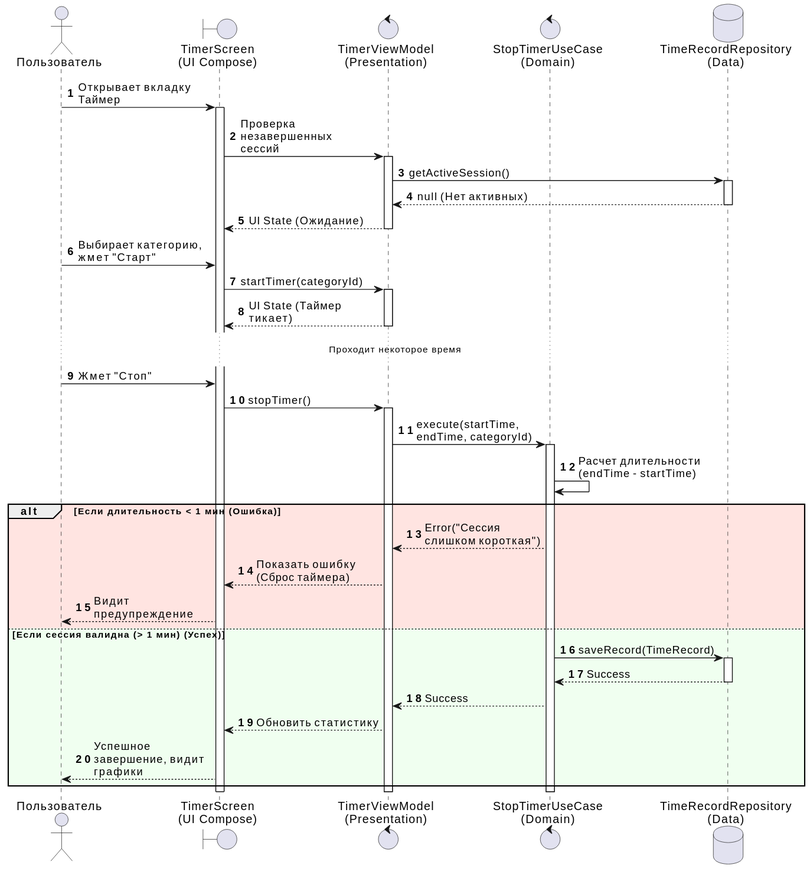
The PlantUML diagram docs/seq_withtimer.svg in da-fuu/IU7_7sem_Web, before a commit.
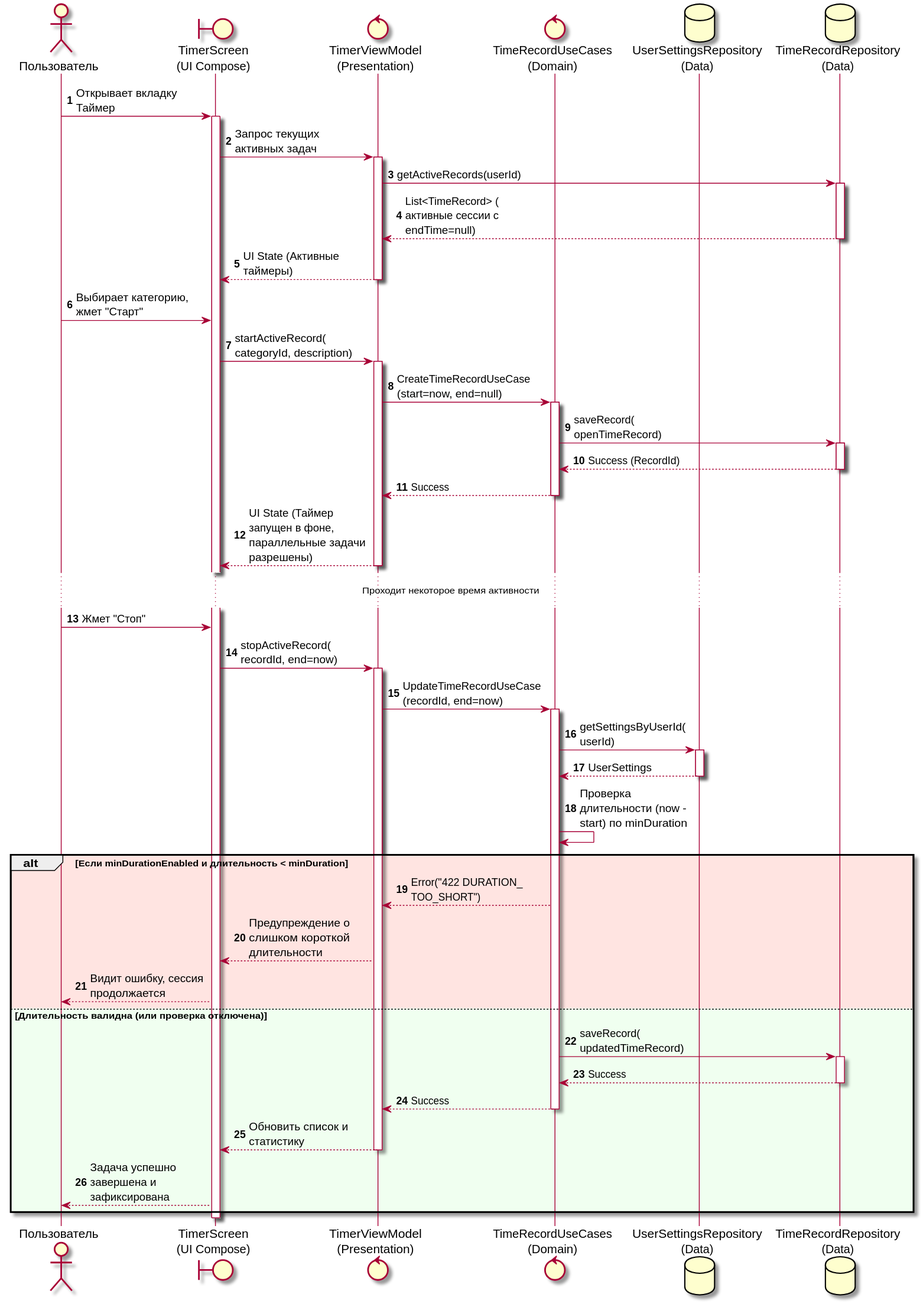
The same file after the commit.

What changed in the source:
```diff
@@ -6,53 +6,69 @@
 actor "Пользователь" as user
 boundary "TimerScreen\n(UI Compose)" as ui
 control "TimerViewModel\n(Presentation)" as vm
-control "StopTimerUseCase\n(Domain)" as uc
+control "TimeRecordUseCases\n(Domain)" as uc
+database "UserSettingsRepository\n(Data)" as settingsRepo
 database "TimeRecordRepository\n(Data)" as repo
 
 user -> ui : Открывает вкладку Таймер
 activate ui
 
-ui -> vm : Проверка незавершенных сессий
+ui -> vm : Запрос текущих активных задач
 activate vm
-vm -> repo : getActiveSession()
+vm -> repo : getActiveRecords(userId)
 activate repo
-repo --> vm : null (Нет активных)
+repo --> vm : List<TimeRecord> (активные сессии с endTime=null)
 deactivate repo
-vm --> ui : UI State (Ожидание)
+vm --> ui : UI State (Активные таймеры)
 deactivate vm
 
 user -> ui : Выбирает категорию, жмет "Старт"
-ui -> vm : startTimer(categoryId)
+ui -> vm : startActiveRecord(categoryId, description)
 activate vm
-vm --> ui : UI State (Таймер тикает)
+
+vm -> uc : CreateTimeRecordUseCase(start=now, end=null)
+activate uc
+uc -> repo : saveRecord(openTimeRecord)
+activate repo
+repo --> uc : Success (RecordId)
+deactivate repo
+uc --> vm : Success
+deactivate uc
+
+vm --> ui : UI State (Таймер запущен в фоне, параллельные задачи разрешены)
 deactivate vm
 
-...Проходит некоторое время...
+...Проходит некоторое время активности...
 
 user -> ui : Жмет "Стоп"
-ui -> vm : stopTimer()
+ui -> vm : stopActiveRecord(recordId, end=now)
 activate vm
 
-vm -> uc : execute(startTime, endTime, categoryId)
+vm -> uc : UpdateTimeRecordUseCase(recordId, end=now)
 activate uc
 
-uc -> uc : Расчет длительности (endTime - startTime)
+uc -> settingsRepo : getSettingsByUserId(userId)
+activate settingsRepo
+settingsRepo --> uc : UserSettings
+deactivate settingsRepo
 
-alt #mistyrose Если длительность < 1 мин (Ошибка)
-    uc --> vm : Error("Сессия слишком короткая")
-    vm --> ui : Показать ошибку (Сброс таймера)
-    ui --> user : Видит предупреждение
-else #honeydew Если сессия валидна (> 1 мин) (Успех)
-    uc -> repo : saveRecord(TimeRecord)
+uc -> uc : Проверка длительности (now - start) по minDuration
+
+alt #mistyrose Если minDurationEnabled и длительность < minDuration
+    uc --> vm : Error("422 DURATION_TOO_SHORT")
+    vm --> ui : Предупреждение о слишком короткой длительности
+    ui --> user : Видит ошибку, сессия продолжается
+else #honeydew Длительность валидна (или проверка отключена)
+    uc -> repo : saveRecord(updatedTimeRecord)
     activate repo
     repo --> uc : Success
     deactivate repo
     uc --> vm : Success
-    vm --> ui : Обновить статистику
-    ui --> user : Успешное завершение, видит графики
+    deactivate uc
+    vm --> ui : Обновить список и статистику
+    deactivate vm
+    ui --> user : Задача успешно завершена и зафиксирована
 end
 
-deactivate uc
-deactivate vm
 deactivate ui
 @enduml
```
